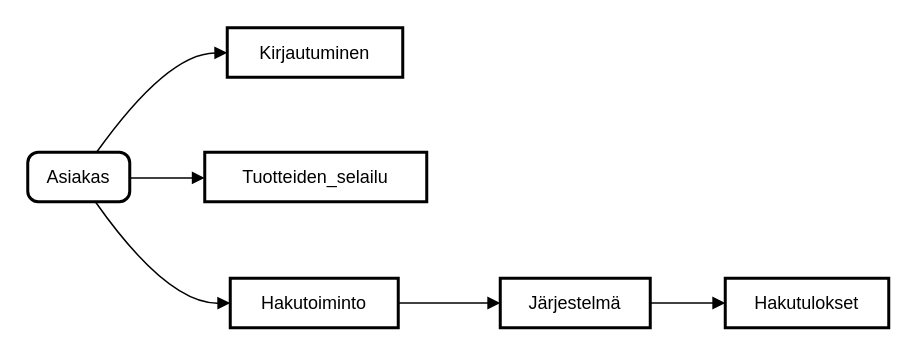
Earlier version of the draw.io diagram Nimetön kaavio.drawio (sannianniina/hello-world). Source tidied: cells renumbered, new cells numbered last; positions are measured from the earlier drawing's top-left corner, leaving out a move shared by most shapes. Both pictures are drawn from the tidied source at 150%, with x=0, y=0 at pixel (27, 27).
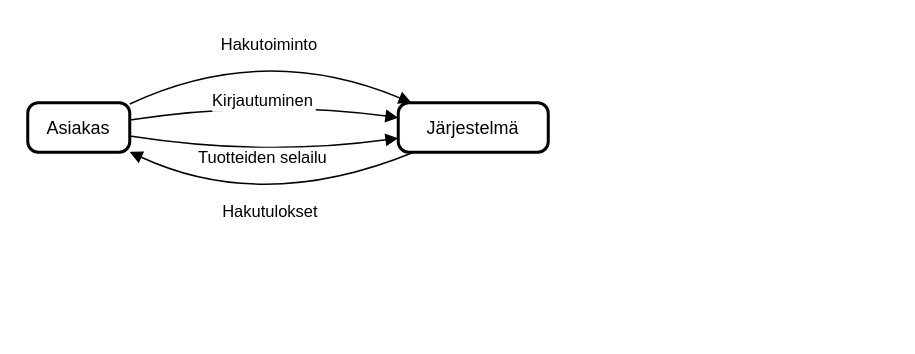
After the change.

Change to the diagram source:
```diff
@@
 <mxGraphModel>
   <root>
     <mxCell id="0" />
     <mxCell id="1" parent="0" />
     <mxCell id="2" value="Asiakas" style="rounded=1;absoluteArcSize=1;arcSize=14;whiteSpace=wrap;strokeWidth=2;" parent="1" vertex="1">
-      <mxGeometry y="83" width="68" height="33" as="geometry" />
+      <mxGeometry y="50" width="68" height="33" as="geometry" />
     </mxCell>
-    <mxCell id="3" value="Kirjautuminen" style="whiteSpace=wrap;strokeWidth=2;" parent="1" vertex="1">
-      <mxGeometry x="133" width="117" height="33" as="geometry" />
+    <mxCell id="3" value="Järjestelmä" style="rounded=1;absoluteArcSize=1;arcSize=14;whiteSpace=wrap;strokeWidth=2;" parent="1" vertex="1">
+      <mxGeometry x="247" y="50" width="100" height="33" as="geometry" />
     </mxCell>
-    <mxCell id="4" value="Tuotteiden_selailu" style="whiteSpace=wrap;strokeWidth=2;" parent="1" vertex="1">
-      <mxGeometry x="118" y="83" width="148" height="33" as="geometry" />
+    <mxCell id="4" value="Hakutoiminto" style="curved=1;startArrow=none;endArrow=block;exitX=0.9946690727682674;exitY=0.030295704079695913;entryX=0.09066405896700075;entryY=0.0030302567915482955;" parent="1" edge="1" source="2" target="3">
+      <mxGeometry relative="1" as="geometry">
+        <Array as="points">
+          <mxPoint x="157" y="9" />
+        </Array>
+      </mxGeometry>
     </mxCell>
-    <mxCell id="5" value="Hakutoiminto" style="whiteSpace=wrap;strokeWidth=2;" parent="1" vertex="1">
-      <mxGeometry x="135" y="167" width="112" height="33" as="geometry" />
+    <mxCell id="5" value="Kirjautuminen" style="curved=1;startArrow=none;endArrow=block;exitX=0.9946690727682674;exitY=0.34949249200758653;entryX=-0.004265594482421875;entryY=0.3007738158520948;" parent="1" edge="1" source="2" target="3">
+      <mxGeometry relative="1" as="geometry">
+        <Array as="points">
+          <mxPoint x="157" y="48" />
+        </Array>
+      </mxGeometry>
     </mxCell>
-    <mxCell id="6" value="Järjestelmä" style="whiteSpace=wrap;strokeWidth=2;" parent="1" vertex="1">
-      <mxGeometry x="315" y="167" width="100" height="33" as="geometry" />
+    <mxCell id="6" value="Tuotteiden selailu" style="curved=1;startArrow=none;endArrow=block;exitX=0.9946690727682674;exitY=0.6686892799354771;entryX=-0.004265594482421875;entryY=0.7174079560909686;" parent="1" edge="1" source="2" target="3">
+      <mxGeometry relative="1" as="geometry">
+        <Array as="points">
+          <mxPoint x="157" y="86" />
+        </Array>
+      </mxGeometry>
     </mxCell>
-    <mxCell id="7" value="Hakutulokset" style="whiteSpace=wrap;strokeWidth=2;" parent="1" vertex="1">
-      <mxGeometry x="465" y="167" width="109" height="33" as="geometry" />
+    <mxCell id="7" value="Hakutulokset" style="curved=1;startArrow=none;endArrow=block;exitX=0.09066405896700075;exitY=1.0151515151515151;entryX=0.9946690727682674;entryY=0.9878860678633675;" parent="1" edge="1" source="3" target="2">
+      <mxGeometry relative="1" as="geometry">
+        <Array as="points">
+          <mxPoint x="157" y="124" />
+        </Array>
+      </mxGeometry>
     </mxCell>
-    <mxCell id="8" style="curved=1;startArrow=none;endArrow=block;exitX=0.6705382898086973;exitY=0.012121258359966856;entryX=0.0005608909150474092;entryY=0.5060606291799834;" parent="1" edge="1" source="2" target="3">
-      <mxGeometry relative="1" as="geometry">
-        <Array as="points">
-          <mxPoint x="93" y="17" />
-        </Array>
-      </mxGeometry>
-    </mxCell>
-    <mxCell id="9" style="curved=1;startArrow=none;endArrow=block;exitX=0.9946690727682674;exitY=0.5181818875399503;entryX=-0.0024493449443095438;entryY=0.5181818875399503;" parent="1" edge="1" source="2" target="4">
-      <mxGeometry relative="1" as="geometry" />
-    </mxCell>
-    <mxCell id="10" style="curved=1;startArrow=none;endArrow=block;exitX=0.6705382898086973;exitY=1.0242425167199336;entryX=0.003892285483224051;entryY=0.5000001155968868;" parent="1" edge="1" source="2" target="5">
-      <mxGeometry relative="1" as="geometry">
-        <Array as="points">
-          <mxPoint x="93" y="184" />
-        </Array>
-      </mxGeometry>
-    </mxCell>
-    <mxCell id="11" style="curved=1;startArrow=none;endArrow=block;exitX=1.0030831609453474;exitY=0.5000001155968868;entryX=0.001437530517578125;entryY=0.5000001155968868;" parent="1" edge="1" source="5" target="6">
-      <mxGeometry relative="1" as="geometry" />
-    </mxCell>
-    <mxCell id="12" style="curved=1;startArrow=none;endArrow=block;exitX=0.9994375610351562;exitY=0.5000001155968868;entryX=-0.000515999050315367;entryY=0.5000001155968868;" parent="1" edge="1" source="6" target="7">
-      <mxGeometry relative="1" as="geometry" />
-    </mxCell>
   </root>
 </mxGraphModel>
```
